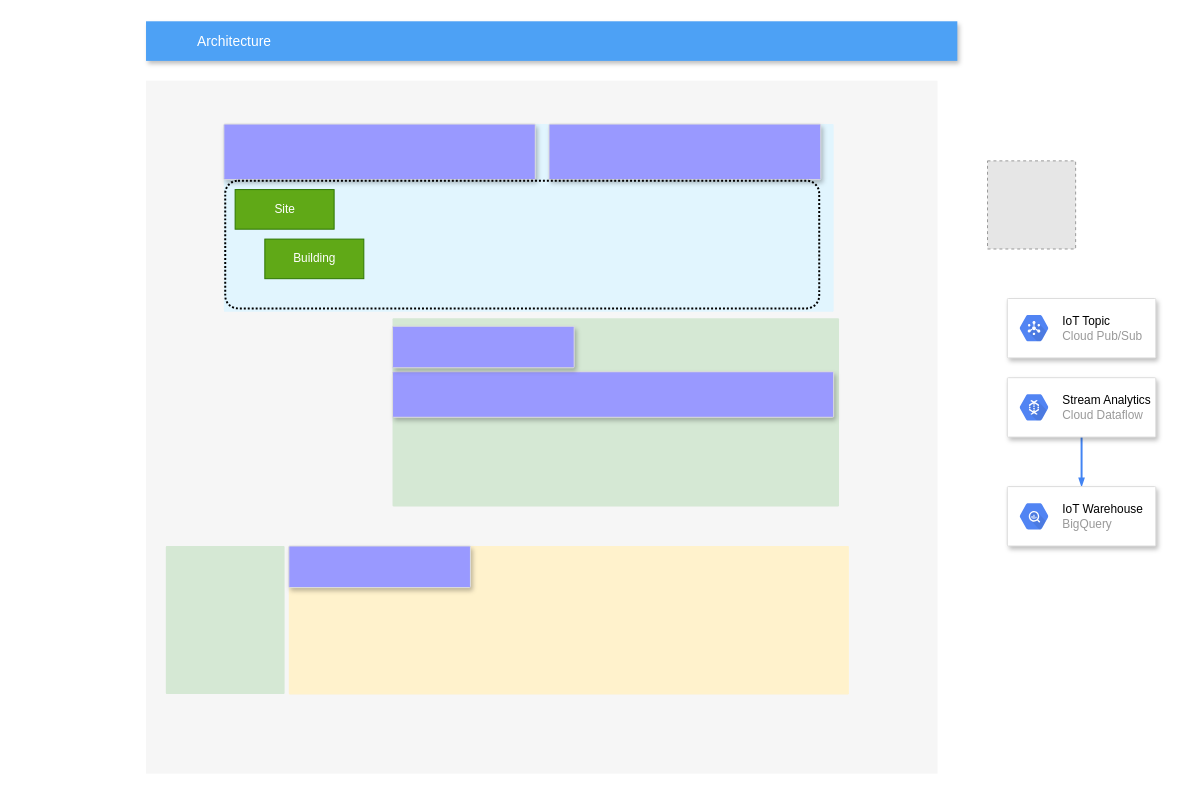
Above: craft/a_site_model_1.drawio in feihu618/drawio (draw.io), before the change. Source tidied: cells renumbered, new cells numbered last; positions are measured from the earlier drawing's top-left corner, leaving out a move shared by most shapes. Both pictures are drawn from the tidied source at 99%, with x=0, y=0 at pixel (146, 21). Pictures stored in the file or linked from it are replaced by grey dashed boxes.
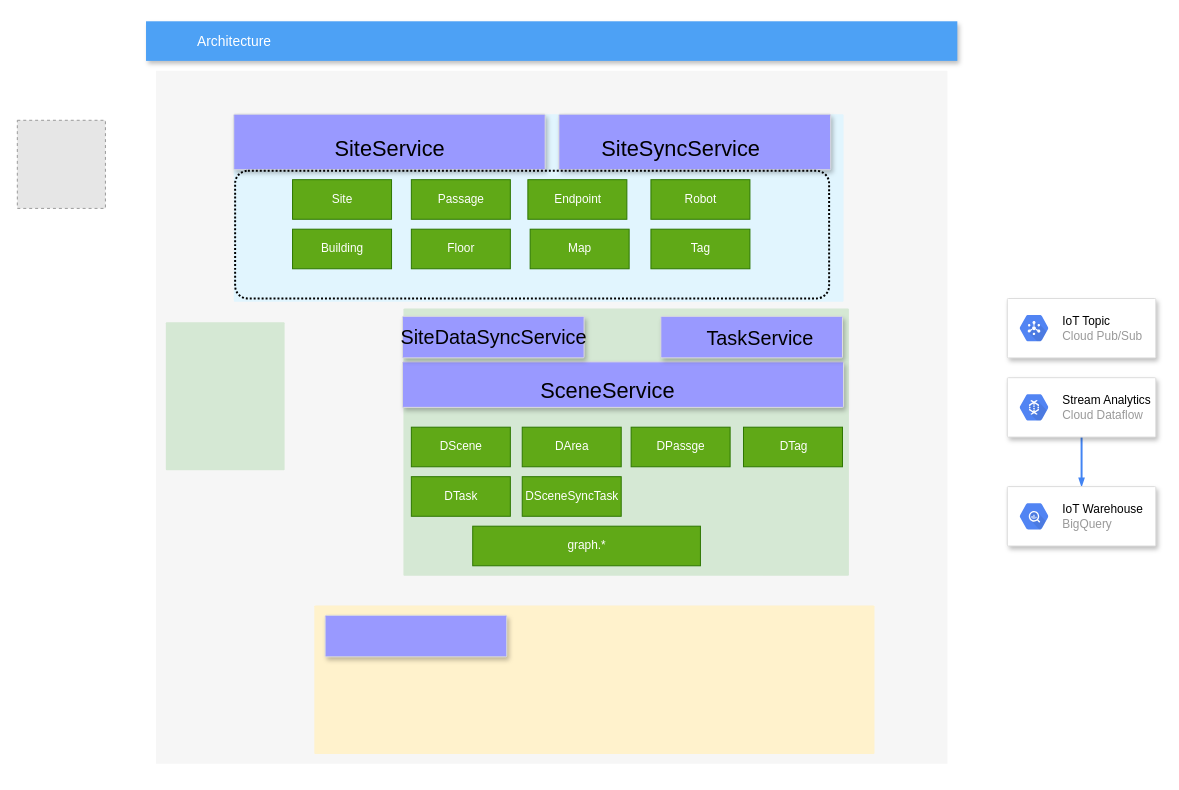
The same page after the edit.

The edit, as a diff of the source:
```diff
@@
     <mxCell id="2" style="fillColor=#F6F6F6;strokeColor=none;shadow=0;gradientColor=none;fontSize=14;align=left;spacing=10;fontColor=#717171;9E9E9E;verticalAlign=top;spacingTop=-4;fontStyle=0;spacingLeft=40;html=1;" parent="1" vertex="1">
-      <mxGeometry y="60" width="799.5" height="700" as="geometry" />
+      <mxGeometry x="10" y="50" width="799.5" height="700" as="geometry" />
     </mxCell>
@@
     <mxCell id="5" style="rounded=1;absoluteArcSize=1;arcSize=2;html=1;strokeColor=#82b366;shadow=0;dashed=0;strokeColor=none;fontSize=12;align=left;verticalAlign=top;spacing=10;spacingTop=-4;fillColor=#d5e8d4;" parent="2" vertex="1">
-      <mxGeometry x="249" y="240" width="451" height="190" as="geometry" />
+      <mxGeometry x="250" y="240" width="450" height="270" as="geometry" />
     </mxCell>
     <mxCell id="6" style="rounded=1;absoluteArcSize=1;arcSize=2;html=1;strokeColor=#d6b656;shadow=0;dashed=0;strokeColor=none;fontSize=12;align=left;verticalAlign=top;spacing=10;spacingTop=-4;fillColor=#fff2cc;" parent="2" vertex="1">
-      <mxGeometry x="144.2" y="470" width="565.8" height="150" as="geometry" />
+      <mxGeometry x="160" y="540" width="565.8" height="150" as="geometry" />
     </mxCell>
@@
     <mxCell id="10" style="rounded=1;absoluteArcSize=1;arcSize=2;html=1;strokeColor=#82b366;shadow=0;dashed=0;strokeColor=none;fontSize=12;align=left;verticalAlign=top;spacing=10;spacingTop=-4;fillColor=#d5e8d4;" parent="2" vertex="1">
-      <mxGeometry x="20" y="470" width="120" height="149.6" as="geometry" />
+      <mxGeometry x="10" y="254" width="120" height="149.6" as="geometry" />
     </mxCell>
@@
     <mxCell id="12" value="Site" style="html=1;dashed=0;whitespace=wrap;fillColor=#60a917;fontColor=#ffffff;strokeColor=#2D7600;" parent="2" vertex="1">
-      <mxGeometry x="90" y="110" width="100" height="40" as="geometry" />
+      <mxGeometry x="138" y="110" width="100" height="40" as="geometry" />
     </mxCell>
     <mxCell id="13" value="Building" style="html=1;dashed=0;whitespace=wrap;fillColor=#60a917;fontColor=#ffffff;strokeColor=#2D7600;" parent="2" vertex="1">
-      <mxGeometry x="120" y="160" width="100" height="40" as="geometry" />
+      <mxGeometry x="138" y="160" width="100" height="40" as="geometry" />
     </mxCell>
     <mxCell id="14" style="strokeColor=#dddddd;fillColor=#9999FF;shadow=1;strokeWidth=1;rounded=1;absoluteArcSize=1;arcSize=2;fontSize=10;fontColor=#9E9E9E;align=center;html=1;" parent="2" vertex="1">
-      <mxGeometry x="144.2" y="470" width="183.5" height="42" as="geometry" />
+      <mxGeometry x="170.9" y="550" width="183.5" height="42" as="geometry" />
     </mxCell>
+    <mxCell id="24" value="Passage" style="html=1;dashed=0;whitespace=wrap;fillColor=#60a917;fontColor=#ffffff;strokeColor=#2D7600;" parent="2" vertex="1">
+      <mxGeometry x="258" y="110" width="100" height="40" as="geometry" />
+    </mxCell>
+    <mxCell id="25" value="Floor" style="html=1;dashed=0;whitespace=wrap;fillColor=#60a917;fontColor=#ffffff;strokeColor=#2D7600;" parent="2" vertex="1">
+      <mxGeometry x="258" y="160" width="100" height="40" as="geometry" />
+    </mxCell>
+    <mxCell id="26" value="Tag" style="html=1;dashed=0;whitespace=wrap;fillColor=#60a917;fontColor=#ffffff;strokeColor=#2D7600;" parent="2" vertex="1">
+      <mxGeometry x="500" y="160" width="100" height="40" as="geometry" />
+    </mxCell>
+    <mxCell id="27" value="Endpoint" style="html=1;dashed=0;whitespace=wrap;fillColor=#60a917;fontColor=#ffffff;strokeColor=#2D7600;" parent="2" vertex="1">
+      <mxGeometry x="375.7" y="110" width="100" height="40" as="geometry" />
+    </mxCell>
+    <mxCell id="28" value="Map" style="html=1;dashed=0;whitespace=wrap;fillColor=#60a917;fontColor=#ffffff;strokeColor=#2D7600;" parent="2" vertex="1">
+      <mxGeometry x="378" y="160" width="100" height="40" as="geometry" />
+    </mxCell>
+    <mxCell id="29" value="DScene" style="html=1;dashed=0;whitespace=wrap;fillColor=#60a917;fontColor=#ffffff;strokeColor=#2D7600;" parent="2" vertex="1">
+      <mxGeometry x="258" y="360" width="100" height="40" as="geometry" />
+    </mxCell>
+    <mxCell id="30" value="DArea" style="html=1;dashed=0;whitespace=wrap;fillColor=#60a917;fontColor=#ffffff;strokeColor=#2D7600;" parent="2" vertex="1">
+      <mxGeometry x="370" y="360" width="100" height="40" as="geometry" />
+    </mxCell>
+    <mxCell id="31" value="DTag" style="html=1;dashed=0;whitespace=wrap;fillColor=#60a917;fontColor=#ffffff;strokeColor=#2D7600;" parent="2" vertex="1">
+      <mxGeometry x="593.5" y="360" width="100" height="40" as="geometry" />
+    </mxCell>
+    <mxCell id="32" value="&lt;span style=&quot;font-size: 22px&quot;&gt;SiteService&lt;/span&gt;" style="text;html=1;align=center;verticalAlign=middle;fillColor=none;strokeColor=none;rounded=0;" parent="2" vertex="1">
+      <mxGeometry x="170.9" y="70" width="130" height="20" as="geometry" />
+    </mxCell>
+    <mxCell id="33" value="SiteSyncService" style="text;html=1;align=center;verticalAlign=middle;fillColor=none;strokeColor=none;rounded=0;fontSize=22;" parent="2" vertex="1">
+      <mxGeometry x="440" y="65" width="180" height="30" as="geometry" />
+    </mxCell>
+    <mxCell id="34" value="SceneService" style="text;html=1;align=center;verticalAlign=middle;fillColor=none;strokeColor=none;rounded=0;fontSize=22;" parent="2" vertex="1">
+      <mxGeometry x="380.7" y="309" width="150" height="30" as="geometry" />
+    </mxCell>
+    <mxCell id="35" value="&lt;font style=&quot;font-size: 20px&quot;&gt;SiteDataSyncService&lt;/font&gt;" style="text;html=1;align=center;verticalAlign=middle;fillColor=none;strokeColor=none;rounded=0;fontSize=22;" parent="2" vertex="1">
+      <mxGeometry x="240.8" y="254" width="200" height="30" as="geometry" />
+    </mxCell>
+    <mxCell id="36" style="strokeColor=#dddddd;fillColor=#9999FF;shadow=1;strokeWidth=1;rounded=1;absoluteArcSize=1;arcSize=2;fontSize=10;fontColor=#9E9E9E;align=center;html=1;" parent="2" vertex="1">
+      <mxGeometry x="510" y="248" width="183.5" height="42" as="geometry" />
+    </mxCell>
+    <mxCell id="37" value="TaskService" style="text;html=1;align=center;verticalAlign=middle;fillColor=none;strokeColor=none;rounded=0;fontSize=20;" parent="2" vertex="1">
+      <mxGeometry x="550" y="254" width="120" height="30" as="geometry" />
+    </mxCell>
+    <mxCell id="38" value="Robot" style="html=1;dashed=0;whitespace=wrap;fillColor=#60a917;fontColor=#ffffff;strokeColor=#2D7600;" parent="2" vertex="1">
+      <mxGeometry x="500" y="110" width="100" height="40" as="geometry" />
+    </mxCell>
+    <mxCell id="39" value="DPassge" style="html=1;dashed=0;whitespace=wrap;fillColor=#60a917;fontColor=#ffffff;strokeColor=#2D7600;" parent="2" vertex="1">
+      <mxGeometry x="480" y="360" width="100" height="40" as="geometry" />
+    </mxCell>
+    <mxCell id="40" value="DTask" style="html=1;dashed=0;whitespace=wrap;fillColor=#60a917;fontColor=#ffffff;strokeColor=#2D7600;" parent="2" vertex="1">
+      <mxGeometry x="258" y="410" width="100" height="40" as="geometry" />
+    </mxCell>
+    <mxCell id="41" value="DSceneSyncTask" style="html=1;dashed=0;whitespace=wrap;fillColor=#60a917;fontColor=#ffffff;strokeColor=#2D7600;" parent="2" vertex="1">
+      <mxGeometry x="370" y="410" width="100" height="40" as="geometry" />
+    </mxCell>
+    <mxCell id="42" value="graph.*" style="html=1;dashed=0;whitespace=wrap;fillColor=#60a917;fontColor=#ffffff;strokeColor=#2D7600;" parent="2" vertex="1">
+      <mxGeometry x="320" y="460" width="230" height="40" as="geometry" />
+    </mxCell>
@@
     <mxCell id="23" style="fillColor=#E6E6E6;strokeColor=#999999;dashed=1;html=1;verticalAlign=top;verticalLabelPosition=bottom;labelBackgroundColor=#ffffff;" parent="1" vertex="1">
-      <mxGeometry x="850" y="141" width="89" height="89" as="geometry" />
+      <mxGeometry x="-130" y="100" width="89" height="89" as="geometry" />
     </mxCell>
```
